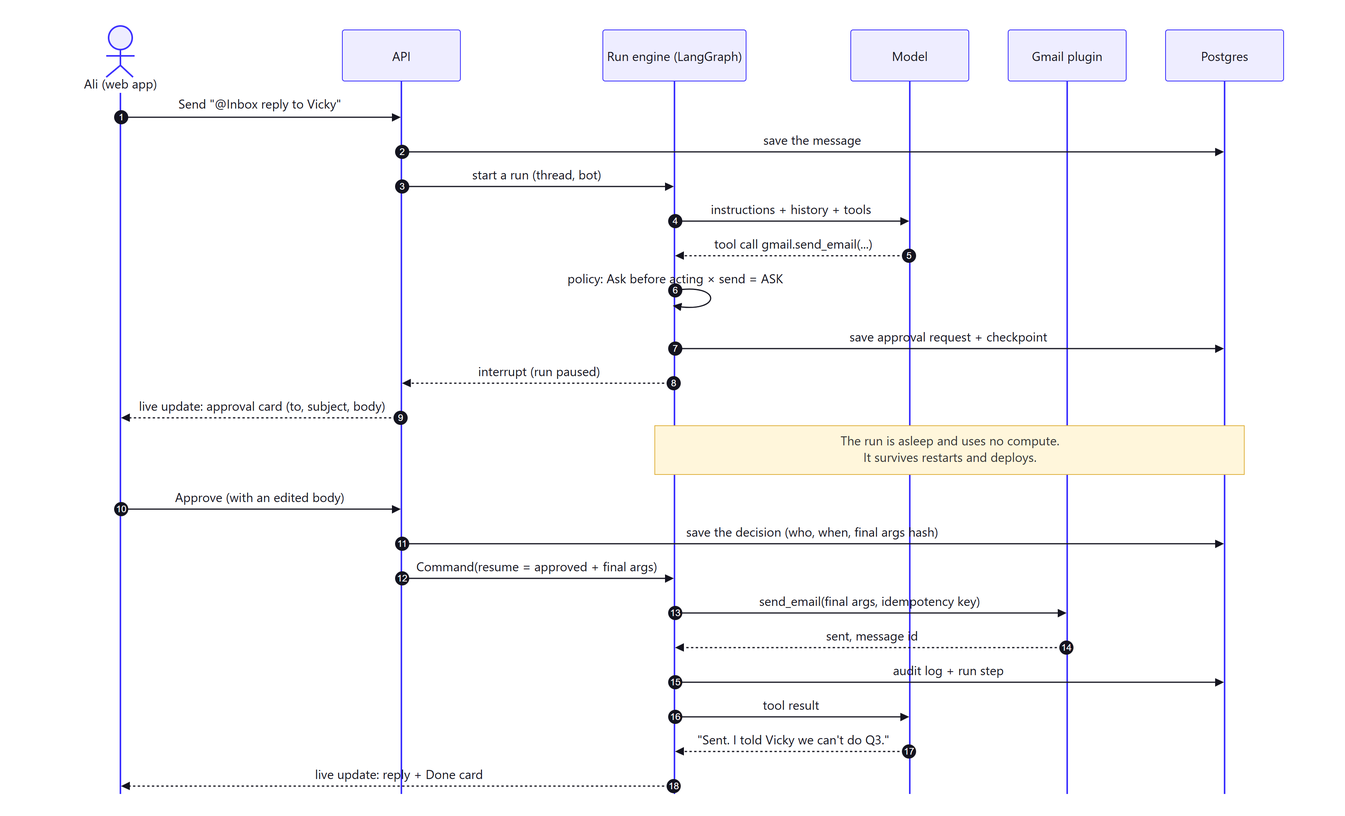
The Mermaid diagram docs/architecture/diagrams/png/05-approval-sequence.png in alihassan-coder/botdesk, before a commit. Its source is kept beside it as docs/architecture/diagrams/05-approval-sequence.mmd.
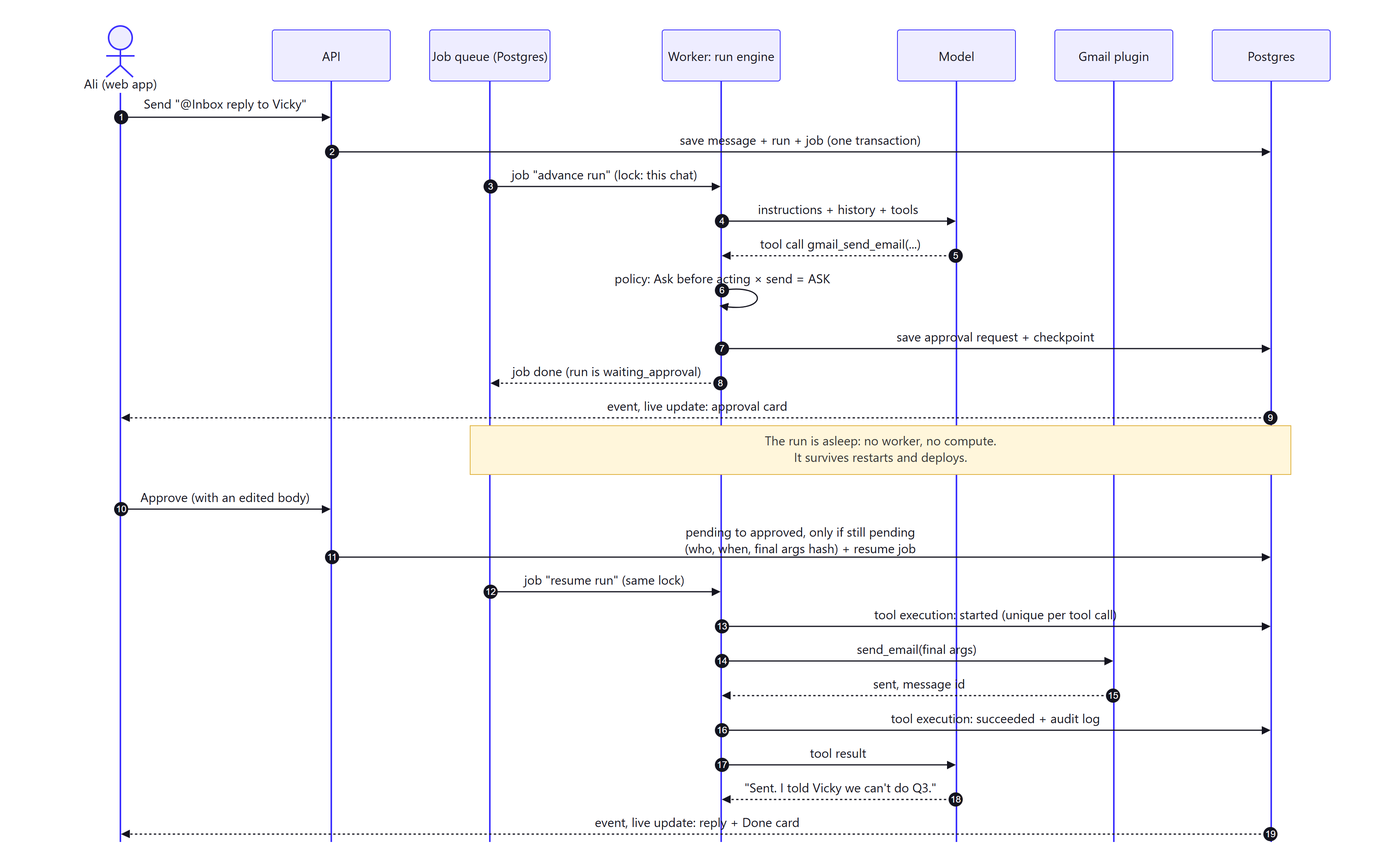
After the change.

The edit, as a diff of the source:
```diff
@@ -2,26 +2,28 @@
   autonumber
   actor Ali as Ali (web app)
   participant API as API
-  participant RUN as Run engine (LangGraph)
+  participant Q as Job queue (Postgres)
+  participant RUN as Worker: run engine
   participant LLM as Model
   participant GM as Gmail plugin
   participant DB as Postgres
   Ali->>API: Send "@Inbox reply to Vicky"
-  API->>DB: save the message
-  API->>RUN: start a run (thread, bot)
+  API->>DB: save message + run + job (one transaction)
+  Q->>RUN: job "advance run" (lock: this chat)
   RUN->>LLM: instructions + history + tools
-  LLM-->>RUN: tool call gmail.send_email(...)
+  LLM-->>RUN: tool call gmail_send_email(...)
   RUN->>RUN: policy: Ask before acting × send = ASK
   RUN->>DB: save approval request + checkpoint
-  RUN-->>API: interrupt (run paused)
-  API-->>Ali: live update: approval card (to, subject, body)
-  Note over RUN,DB: The run is asleep and uses no compute.<br/>It survives restarts and deploys.
+  RUN-->>Q: job done (run is waiting_approval)
+  DB-->>Ali: event, live update: approval card
+  Note over Q,DB: The run is asleep: no worker, no compute.<br/>It survives restarts and deploys.
   Ali->>API: Approve (with an edited body)
-  API->>DB: save the decision (who, when, final args hash)
-  API->>RUN: Command(resume = approved + final args)
-  RUN->>GM: send_email(final args, idempotency key)
+  API->>DB: pending to approved, only if still pending<br/>(who, when, final args hash) + resume job
+  Q->>RUN: job "resume run" (same lock)
+  RUN->>DB: tool execution: started (unique per tool call)
+  RUN->>GM: send_email(final args)
   GM-->>RUN: sent, message id
-  RUN->>DB: audit log + run step
+  RUN->>DB: tool execution: succeeded + audit log
   RUN->>LLM: tool result
   LLM-->>RUN: "Sent. I told Vicky we can't do Q3."
-  RUN-->>Ali: live update: reply + Done card
+  DB-->>Ali: event, live update: reply + Done card
```
